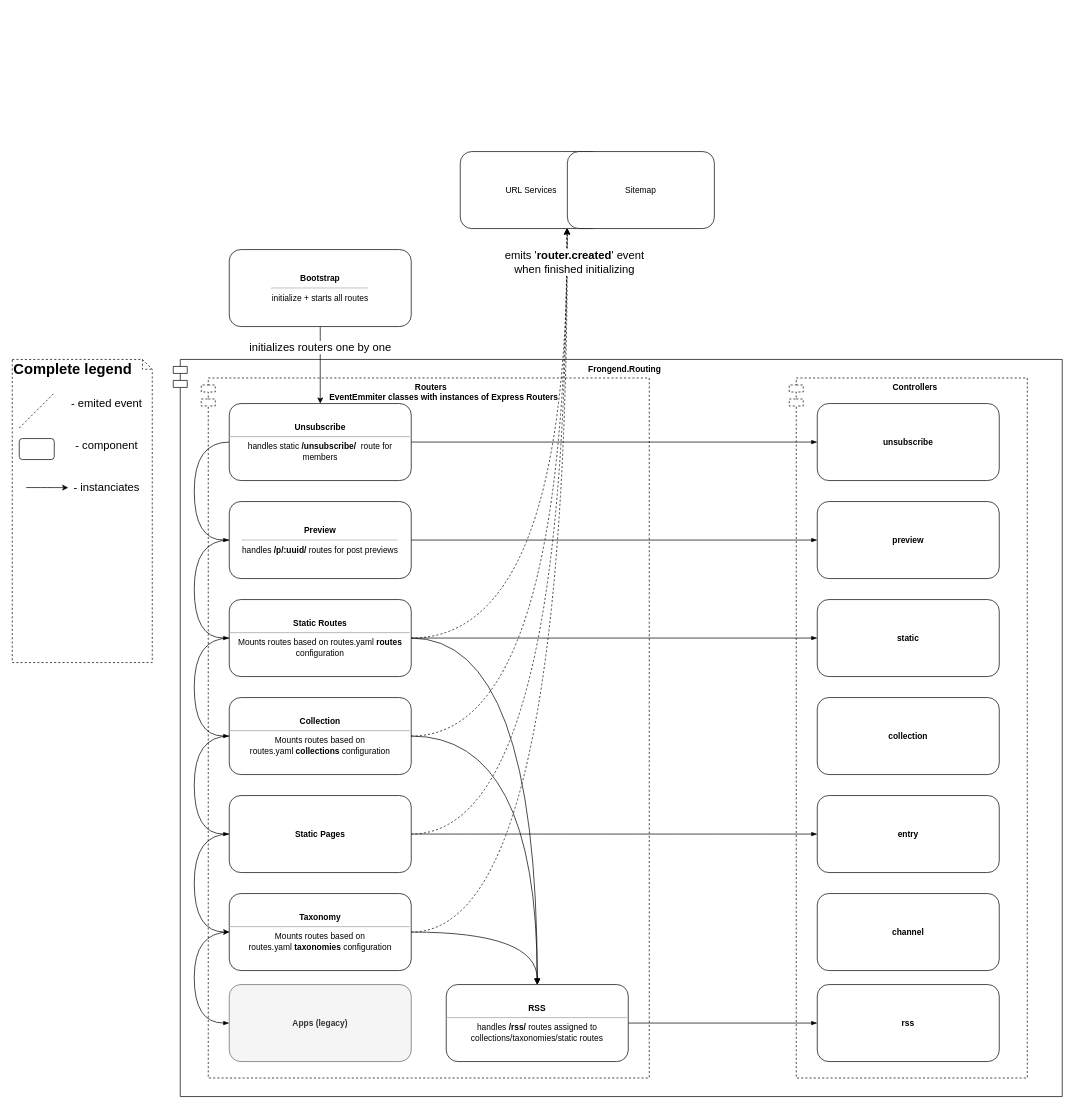
Above: page "Frontend.Routing" (4 of 7) of ghost.drawio in TryGhost/architecture-diagrams (draw.io), before the change. Source tidied: cells renumbered, new cells numbered last; positions are measured from the earlier drawing's top-left corner, leaving out a move shared by most shapes. Both pictures are drawn from the tidied source at 70%, with x=0, y=0 at pixel (12, 151).
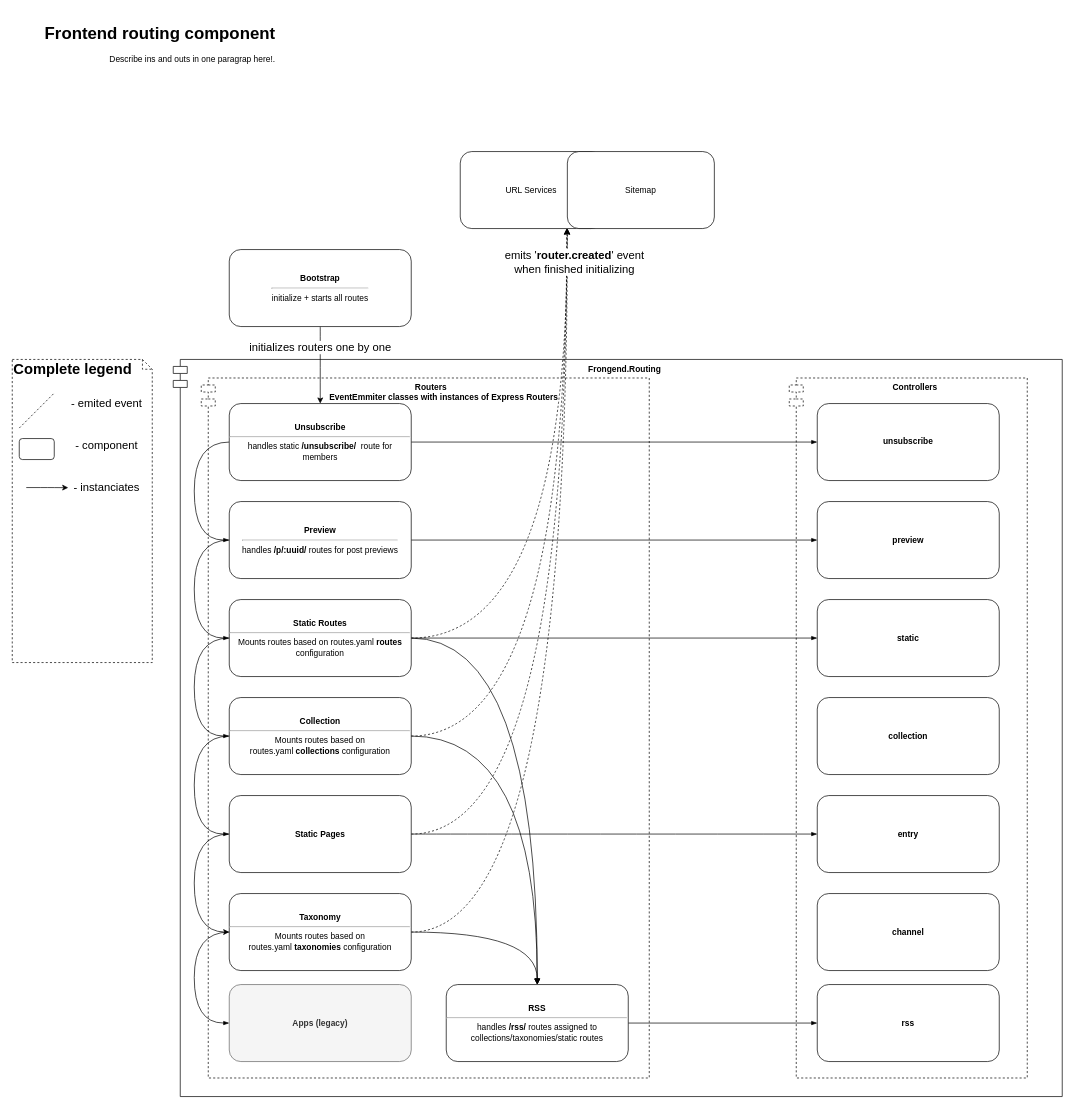
After the change.

Commit message (it also covers changes not shown here):
Updated Ghost Server diagram with separate /server & /frontend modules

The edit, as a diff of the source:
```diff
@@
+    <mxCell id="49" value="&lt;h1&gt;Frontend routing component&lt;/h1&gt;&lt;p&gt;Describe ins and outs in one paragrap here!.&lt;/p&gt;" style="text;html=1;strokeColor=none;fillColor=none;spacing=5;spacingTop=-20;whiteSpace=wrap;overflow=hidden;rounded=0;align=right;" parent="1" vertex="1">
+      <mxGeometry y="-189" width="381" height="120" as="geometry" />
+    </mxCell>
```
